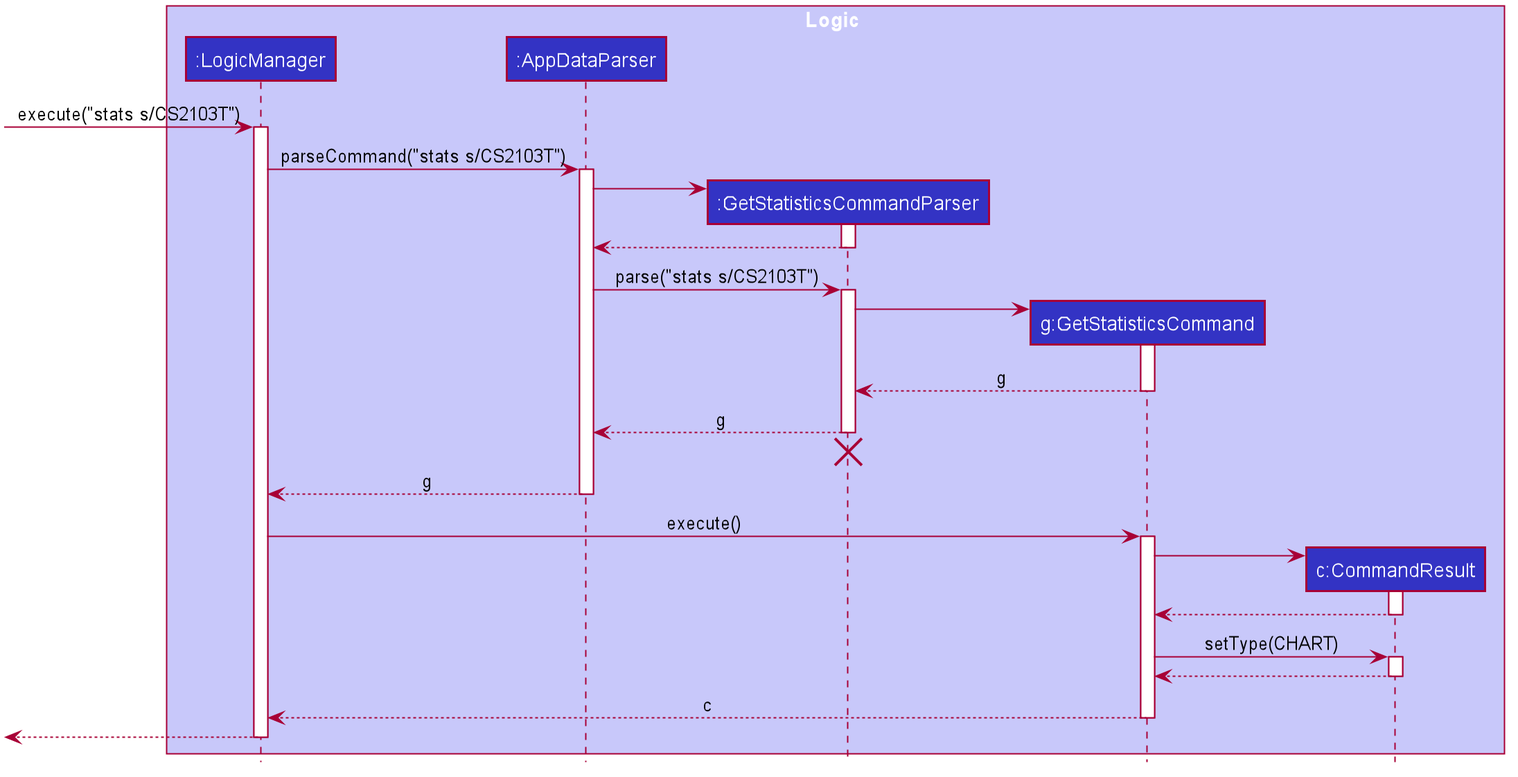
The PlantUML diagram docs/images/StatisticsSequenceDiagram.png in nus-cs2103-AY1920S1/addressbook-level3, before a commit.
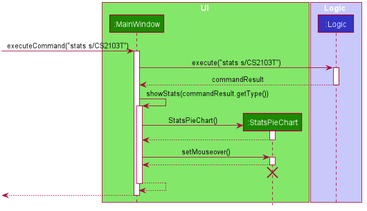
The same file after the commit.

Change to the diagram source:
```diff
@@ -48,64 +48,45 @@
 hide members
 hide circle
 
-box Logic #C8C8FA
-participant ":LogicManager" as LogicManager #3333C4
-participant ":AppDataParser" as AppDataParser #3333C4
-participant ":GetStatisticsCommandParser" as GetStatisticsCommandParser #3333C4
-participant "g:GetStatisticsCommand" as GetStatisticsCommand #3333C4
-participant "c:CommandResult" as CommandResult #3333C4
+box UI #83E769
+participant ":MainWindow" as MainWindow #1D8900
+participant ":StatsPieChart" as StatsPieChart #1D8900
 end box
 
-[-> LogicManager : execute("stats s/CS2103T")
-activate LogicManager
+box Logic #C8C8FA
+participant ":Logic" as Logic #3333C4
+end box
 
-LogicManager -> AppDataParser : parseCommand("stats s/CS2103T")
-activate AppDataParser
+[-> MainWindow : executeCommand("stats s/CS2103T")
+activate MainWindow
 
-create GetStatisticsCommandParser
-AppDataParser -> GetStatisticsCommandParser
-activate GetStatisticsCommandParser
+MainWindow -> Logic : execute("stats s/CS2103T")
+activate Logic
 
-GetStatisticsCommandParser --> AppDataParser
-deactivate GetStatisticsCommandParser
+Logic --> MainWindow : commandResult
+deactivate Logic
 
-AppDataParser -> GetStatisticsCommandParser : parse("stats s/CS2103T")
-activate GetStatisticsCommandParser
+MainWindow -> MainWindow : showStats(commandResult.getType())
+activate MainWindow
 
-create GetStatisticsCommand
-GetStatisticsCommandParser -> GetStatisticsCommand
-activate GetStatisticsCommand
+create StatsPieChart
+MainWindow -> StatsPieChart : StatsPieChart()
+activate StatsPieChart
 
-GetStatisticsCommand --> GetStatisticsCommandParser : g
-deactivate GetStatisticsCommand
+StatsPieChart --> MainWindow
+deactivate StatsPieChart
 
-GetStatisticsCommandParser --> AppDataParser : g
-deactivate GetStatisticsCommandParser
-GetStatisticsCommandParser -[hidden]-> AppDataParser
-destroy GetStatisticsCommandParser
+MainWindow -> StatsPieChart : setMouseover()
+activate StatsPieChart
 
-AppDataParser --> LogicManager : g
-deactivate AppDataParser
+StatsPieChart --> MainWindow
+deactivate StatsPieChart
+StatsPieChart -[hidden]-> MainWindow
+destroy StatsPieChart
 
-LogicManager -> GetStatisticsCommand : execute()
-activate GetStatisticsCommand
+MainWindow --> MainWindow
+deactivate MainWindow
 
-create CommandResult
-GetStatisticsCommand -> CommandResult
-activate CommandResult
-
-CommandResult --> GetStatisticsCommand
-deactivate CommandResult
-
-GetStatisticsCommand -> CommandResult : setType(CHART)
-activate CommandResult
-
-CommandResult --> GetStatisticsCommand
-deactivate CommandResult
-
-GetStatisticsCommand --> LogicManager : c
-deactivate GetStatisticsCommand
-
-[<--LogicManager
-deactivate LogicManager
+[<--MainWindow
+deactivate MainWindow
 @enduml
```
